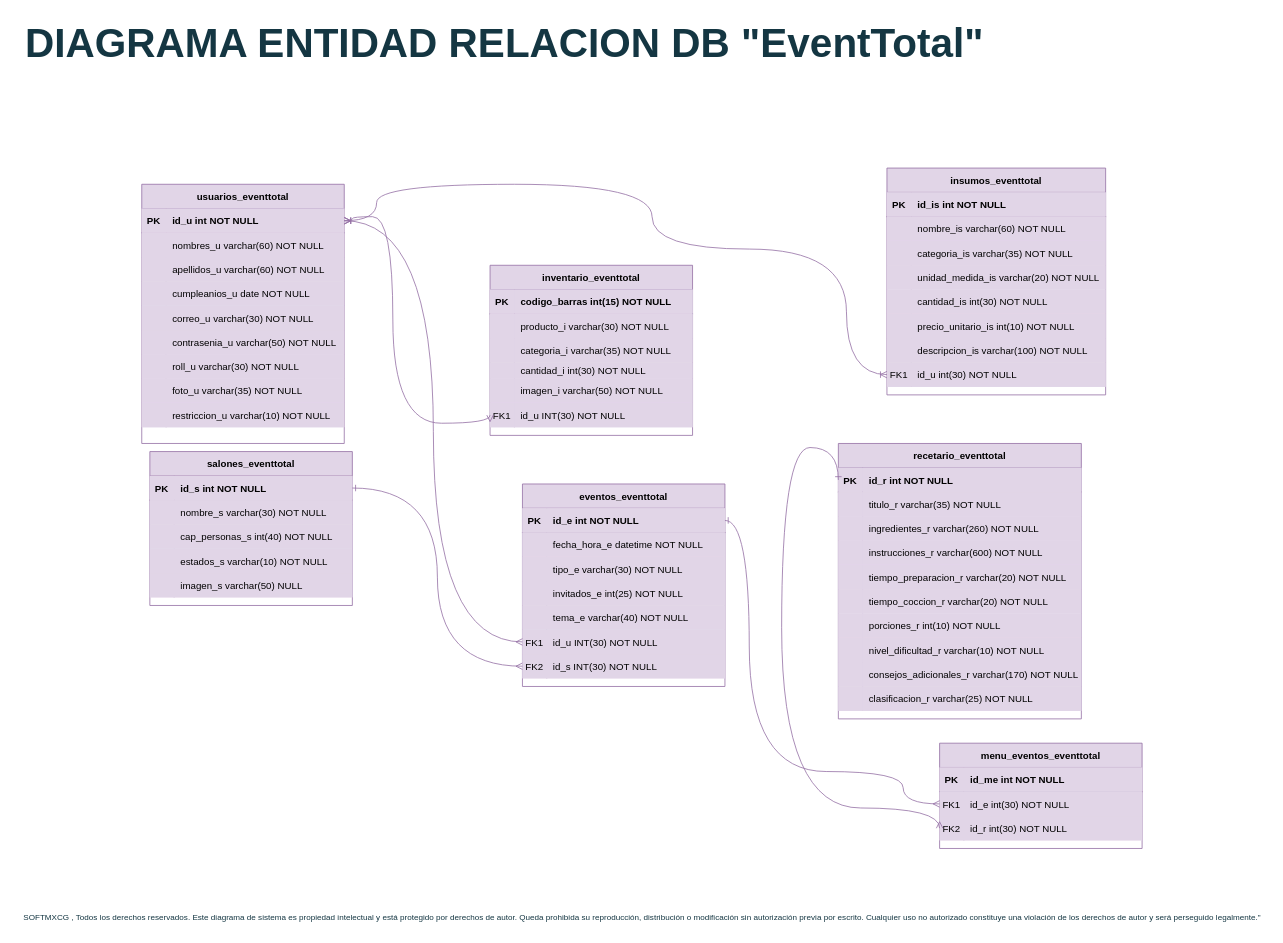
GeovannyCG/eventtotal keeps this draw.io diagram as Driagrama Entidad Relacion DB_EventTotal.drawio. Above is the earlier version. Source tidied: cells renumbered, new cells numbered last; positions are measured from the earlier drawing's top-left corner, leaving out a move shared by most shapes. Both pictures are drawn from the tidied source at 81%, with x=0, y=0 at pixel (14, 14).
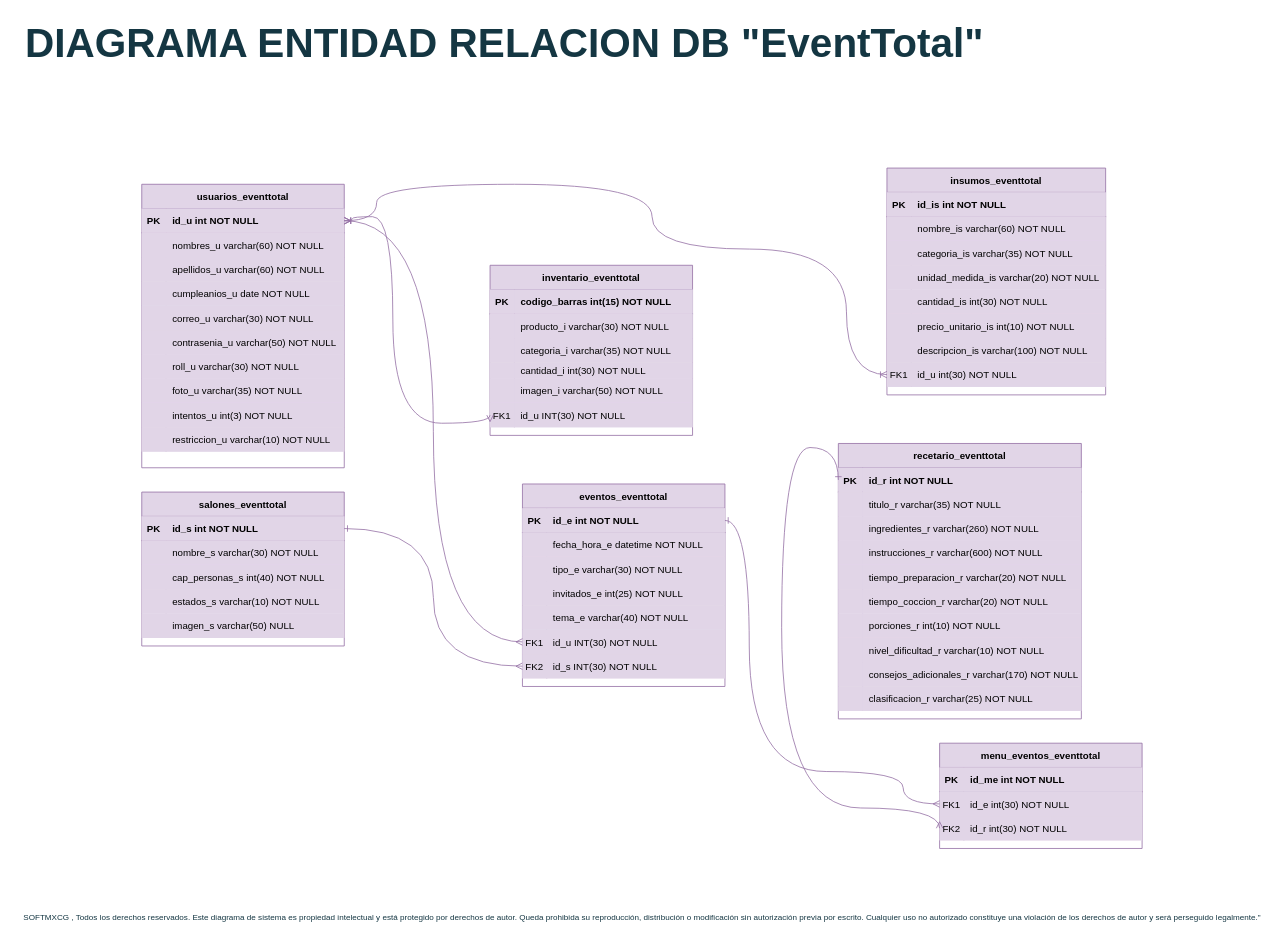
Above is the later version.

Diff of the diagram source:
```diff
@@
     <mxCell id="2" value="usuarios_eventtotal" style="shape=table;startSize=30;childLayout=tableLayout;rowLines=0;fontStyle=1;align=center;fillColor=#e1d5e7;strokeColor=#9673a6;labelBackgroundColor=none;" parent="1" vertex="1">
-      <mxGeometry x="157.5" y="210" width="250" height="320" as="geometry" />
+      <mxGeometry x="157.5" y="210" width="250" height="350" as="geometry" />
     </mxCell>
@@
+    <mxCell id="161" style="shape=partialRectangle;fillColor=#e1d5e7;top=0;left=0;right=0;bottom=0;labelBackgroundColor=none;strokeColor=#9673a6;" parent="2" vertex="1">
+      <mxGeometry y="270" width="250" height="30" as="geometry" />
+    </mxCell>
+    <mxCell id="162" style="shape=partialRectangle;overflow=hidden;fillColor=#e1d5e7;top=0;left=0;bottom=0;right=0;labelBackgroundColor=none;strokeColor=#9673a6;" parent="161" vertex="1">
+      <mxGeometry width="30" height="30" as="geometry" />
+    </mxCell>
+    <mxCell id="163" value="intentos_u int(3) NOT NULL" style="shape=partialRectangle;overflow=hidden;fillColor=#e1d5e7;top=0;left=0;bottom=0;right=0;align=left;spacingLeft=6;labelBackgroundColor=none;strokeColor=#9673a6;" parent="161" vertex="1">
+      <mxGeometry x="30" width="220" height="30" as="geometry" />
+    </mxCell>
     <mxCell id="27" style="shape=partialRectangle;fillColor=#e1d5e7;top=0;left=0;right=0;bottom=0;labelBackgroundColor=none;strokeColor=#9673a6;" parent="2" vertex="1">
-      <mxGeometry y="270" width="250" height="30" as="geometry" />
+      <mxGeometry y="300" width="250" height="30" as="geometry" />
     </mxCell>
@@
     <mxCell id="93" value="salones_eventtotal" style="shape=table;startSize=30;childLayout=tableLayout;rowLines=0;fontStyle=1;align=center;fillColor=#e1d5e7;strokeColor=#9673a6;labelBackgroundColor=none;" parent="1" vertex="1">
-      <mxGeometry x="167.5" y="540" width="250" height="190" as="geometry" />
+      <mxGeometry x="157.5" y="590" width="250" height="190" as="geometry" />
     </mxCell>
```
